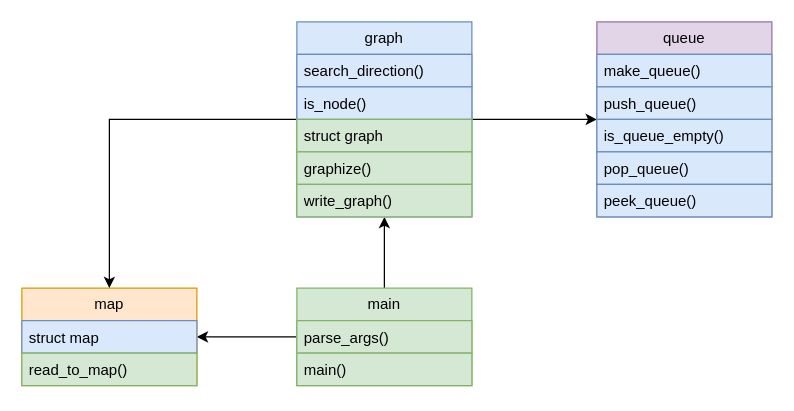
Before: preprocessor/pp_modules.drawio in ATTWGRAT/A-MAZE-ING, a draw.io diagram. Source tidied: cells renumbered, new cells numbered last; positions are measured from the earlier drawing's top-left corner, leaving out a move shared by most shapes. Both pictures are drawn from the tidied source at 125%, with x=0, y=0 at pixel (21, 21).
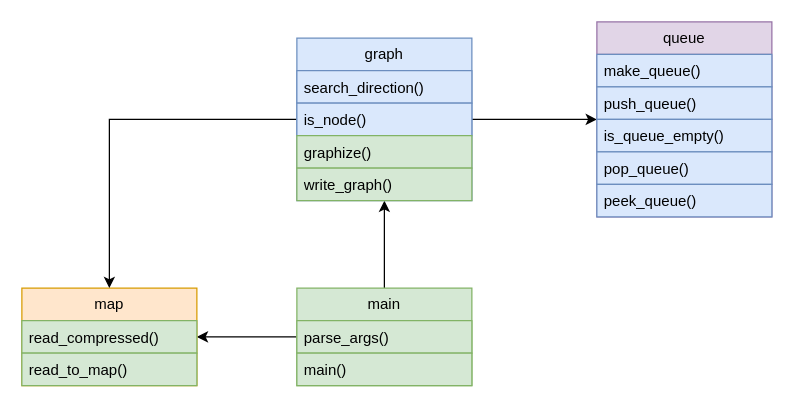
After the change.

The change refers to these unchanged cells:
```xml
<mxCell id="7" value="map" style="swimlane;fontStyle=0;horizontal=1;startSize=26;fillColor=#ffe6cc;whiteSpace=wrap;html=1;strokeColor=#d79b00;" parent="1" vertex="1">
  <mxGeometry y="213" width="140" height="78" as="geometry" />
</mxCell>
```

Change to the diagram source:
```diff
@@
-    <mxCell id="8" value="struct map" style="text;strokeColor=#6c8ebf;fillColor=#dae8fc;align=left;verticalAlign=top;spacingLeft=4;spacingRight=4;overflow=hidden;whiteSpace=wrap;html=1;" parent="7" vertex="1">
-      <mxGeometry y="26" width="140" height="26" as="geometry" />
-    </mxCell>
+    <mxCell id="24" value="read_compressed()&lt;div&gt;&lt;br&gt;&lt;/div&gt;" style="text;strokeColor=#82b366;fillColor=#d5e8d4;align=left;verticalAlign=top;spacingLeft=4;spacingRight=4;overflow=hidden;whiteSpace=wrap;html=1;" parent="7" vertex="1">
+      <mxGeometry y="26" width="140" height="26" as="geometry" />
+    </mxCell>
@@
     <mxCell id="12" value="graph" style="swimlane;fontStyle=0;horizontal=1;startSize=26;fillColor=#dae8fc;whiteSpace=wrap;html=1;strokeColor=#6c8ebf;" parent="1" vertex="1">
-      <mxGeometry x="220" width="140" height="156" as="geometry" />
+      <mxGeometry x="220" y="13" width="140" height="130" as="geometry" />
     </mxCell>
@@
-    <mxCell id="15" value="struct graph" style="text;strokeColor=#82b366;fillColor=#d5e8d4;align=left;verticalAlign=top;spacingLeft=4;spacingRight=4;overflow=hidden;whiteSpace=wrap;html=1;" parent="12" vertex="1">
-      <mxGeometry y="78" width="140" height="26" as="geometry" />
-    </mxCell>
     <mxCell id="16" value="graphize()" style="text;strokeColor=#82b366;fillColor=#d5e8d4;align=left;verticalAlign=top;spacingLeft=4;spacingRight=4;overflow=hidden;whiteSpace=wrap;html=1;" parent="12" vertex="1">
-      <mxGeometry y="104" width="140" height="26" as="geometry" />
+      <mxGeometry y="78" width="140" height="26" as="geometry" />
     </mxCell>
     <mxCell id="17" value="write_graph()" style="text;strokeColor=#82b366;fillColor=#d5e8d4;align=left;verticalAlign=top;spacingLeft=4;spacingRight=4;overflow=hidden;whiteSpace=wrap;html=1;" parent="12" vertex="1">
-      <mxGeometry y="130" width="140" height="26" as="geometry" />
+      <mxGeometry y="104" width="140" height="26" as="geometry" />
     </mxCell>
```
